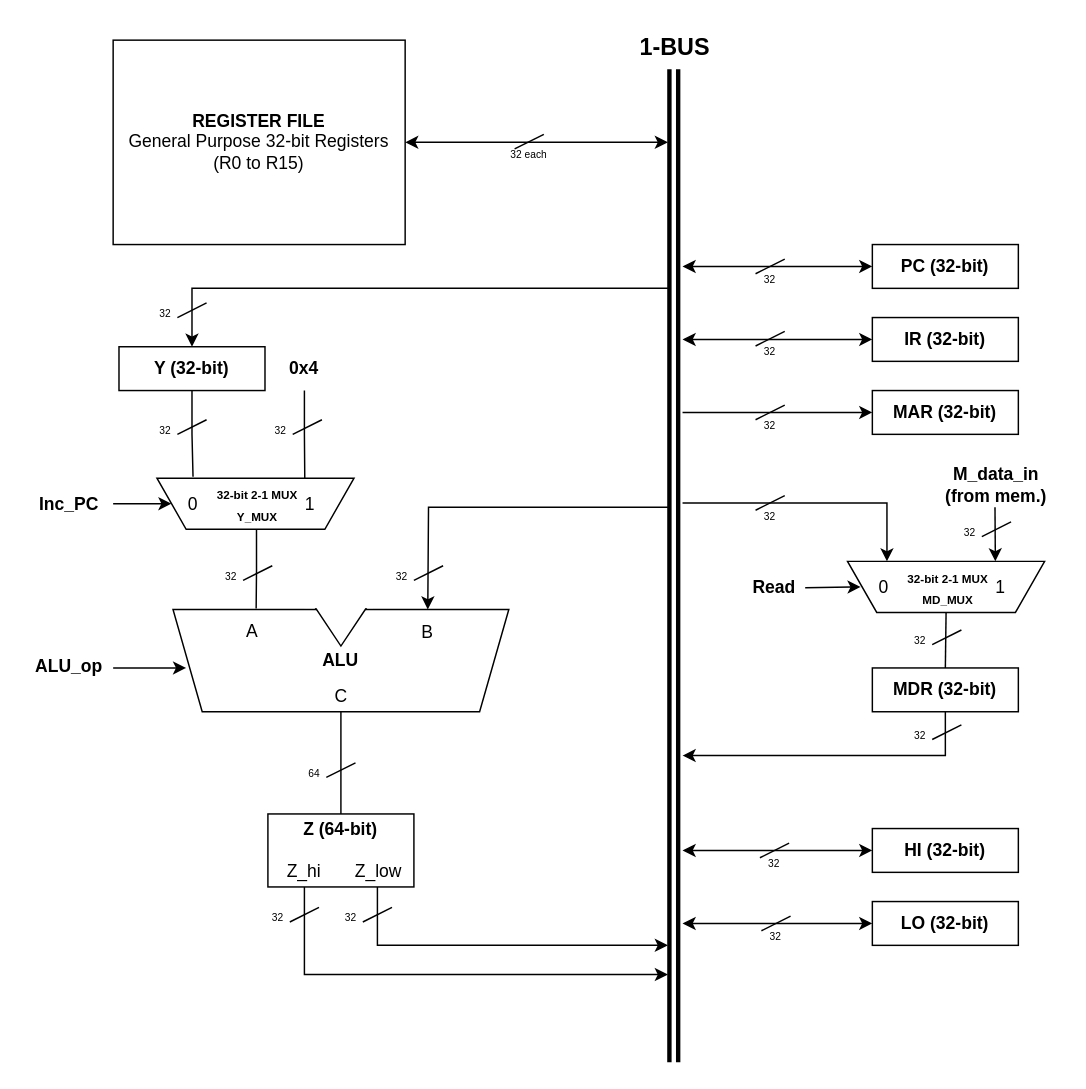
The draw.io diagram documentation/datapath.drawio in geotrieu/ezRISC, before the edit. Source tidied: cells renumbered, new cells numbered last; positions are measured from the earlier drawing's top-left corner, leaving out a move shared by most shapes. Both pictures are drawn from the tidied source at 146%, with x=0, y=0 at pixel (25, 25).
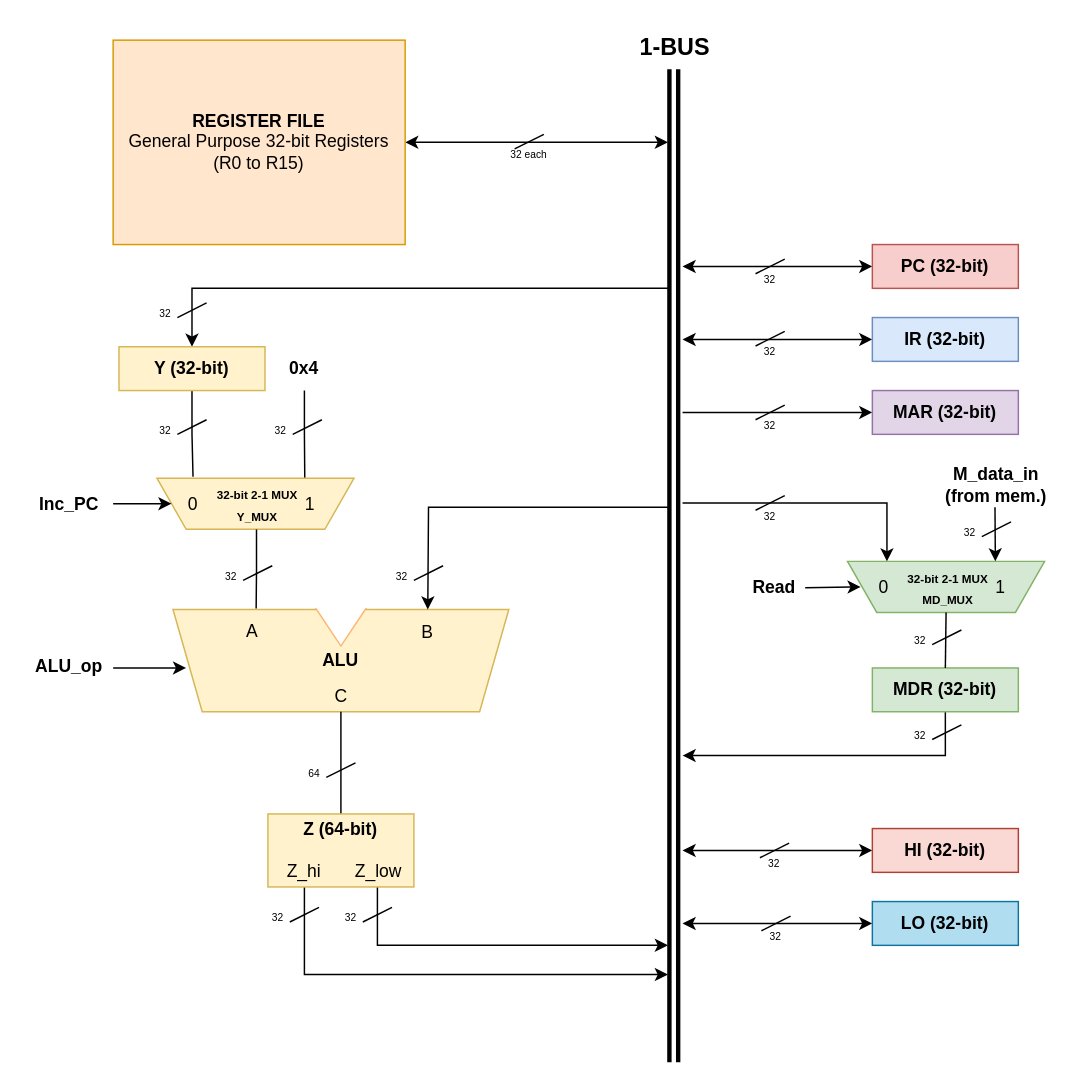
The same page after the edit.

Commit message (it also covers changes not shown here):
updated diagram and added datapath definitions

The change refers to these unchanged cells:
```xml
<mxCell id="2" style="group;" parent="1" vertex="1">
  <mxGeometry x="101" y="390" width="230" height="80" as="geometry" />
</mxCell>
<mxCell id="18" style="group;" parent="1" vertex="1">
  <mxGeometry x="85" y="310" width="140" height="35" as="geometry" />
</mxCell>
<mxCell id="51" style="group;" parent="1" vertex="1">
  <mxGeometry x="558" y="367" width="140" height="35" as="geometry" />
</mxCell>
<mxCell id="105" style="group;" parent="1" vertex="1">
  <mxGeometry x="161" y="540" width="111" height="53" as="geometry" />
</mxCell>
```

What changed in the source:
```diff
@@
-    <mxCell id="3" style="shape=trapezoid;perimeter=trapezoidPerimeter;whiteSpace=wrap;html=1;fixedSize=1;rotation=-180;sketch=0;rounded=0;" parent="2" vertex="1">
+    <mxCell id="3" style="shape=trapezoid;perimeter=trapezoidPerimeter;whiteSpace=wrap;html=1;fixedSize=1;rotation=-180;sketch=0;rounded=0;fillColor=#fff2cc;strokeColor=#d6b656;" parent="2" vertex="1">
       <mxGeometry y="10" width="230" height="70" as="geometry" />
     </mxCell>
-    <mxCell id="4" style="triangle;whiteSpace=wrap;html=1;rounded=0;sketch=0;rotation=90;" parent="2" vertex="1">
+    <mxCell id="4" style="triangle;whiteSpace=wrap;html=1;rounded=0;sketch=0;rotation=90;strokeColor=#FFB570;" parent="2" vertex="1">
       <mxGeometry x="100" width="30" height="40" as="geometry" />
     </mxCell>
@@
-    <mxCell id="12" value="&lt;b&gt;REGISTER FILE&lt;/b&gt;&lt;br&gt;General Purpose 32-bit Registers&lt;br&gt;(R0 to R15)" style="rounded=0;whiteSpace=wrap;html=1;sketch=0;" parent="1" vertex="1">
+    <mxCell id="12" value="&lt;b&gt;REGISTER FILE&lt;/b&gt;&lt;br&gt;General Purpose 32-bit Registers&lt;br&gt;(R0 to R15)" style="rounded=0;whiteSpace=wrap;html=1;sketch=0;fillColor=#ffe6cc;strokeColor=#d79b00;" parent="1" vertex="1">
       <mxGeometry x="60" y="10" width="200" height="140" as="geometry" />
     </mxCell>
@@
-    <mxCell id="15" value="&lt;b&gt;Y (32-bit)&lt;/b&gt;" style="rounded=0;whiteSpace=wrap;html=1;sketch=0;" parent="1" vertex="1">
+    <mxCell id="15" value="&lt;b&gt;Y (32-bit)&lt;/b&gt;" style="rounded=0;whiteSpace=wrap;html=1;sketch=0;fillColor=#fff2cc;strokeColor=#d6b656;" parent="1" vertex="1">
       <mxGeometry x="64" y="220" width="100" height="30" as="geometry" />
     </mxCell>
@@
-    <mxCell id="19" style="shape=trapezoid;perimeter=trapezoidPerimeter;whiteSpace=wrap;html=1;fixedSize=1;rounded=0;sketch=0;rotation=-180;" parent="18" vertex="1">
+    <mxCell id="19" style="shape=trapezoid;perimeter=trapezoidPerimeter;whiteSpace=wrap;html=1;fixedSize=1;rounded=0;sketch=0;rotation=-180;fillColor=#fff2cc;strokeColor=#d6b656;" parent="18" vertex="1">
       <mxGeometry x="5" width="135" height="35" as="geometry" />
     </mxCell>
@@
-    <mxCell id="44" value="&lt;b&gt;PC (32-bit)&lt;/b&gt;" style="rounded=0;whiteSpace=wrap;html=1;sketch=0;" parent="1" vertex="1">
+    <mxCell id="44" value="&lt;b&gt;PC (32-bit)&lt;/b&gt;" style="rounded=0;whiteSpace=wrap;html=1;sketch=0;fillColor=#f8cecc;strokeColor=#b85450;" parent="1" vertex="1">
       <mxGeometry x="580" y="150" width="100" height="30" as="geometry" />
     </mxCell>
@@
-    <mxCell id="46" value="&lt;b&gt;IR (32-bit)&lt;/b&gt;" style="rounded=0;whiteSpace=wrap;html=1;sketch=0;" parent="1" vertex="1">
+    <mxCell id="46" value="&lt;b&gt;IR (32-bit)&lt;/b&gt;" style="rounded=0;whiteSpace=wrap;html=1;sketch=0;fillColor=#dae8fc;strokeColor=#6c8ebf;" parent="1" vertex="1">
       <mxGeometry x="580" y="200" width="100" height="30" as="geometry" />
     </mxCell>
@@
-    <mxCell id="48" value="&lt;b&gt;MAR (32-bit)&lt;/b&gt;" style="rounded=0;whiteSpace=wrap;html=1;sketch=0;" parent="1" vertex="1">
+    <mxCell id="48" value="&lt;b&gt;MAR (32-bit)&lt;/b&gt;" style="rounded=0;whiteSpace=wrap;html=1;sketch=0;fillColor=#e1d5e7;strokeColor=#9673a6;" parent="1" vertex="1">
       <mxGeometry x="580" y="250" width="100" height="30" as="geometry" />
     </mxCell>
@@
-    <mxCell id="50" value="&lt;b&gt;MDR (32-bit)&lt;/b&gt;" style="rounded=0;whiteSpace=wrap;html=1;sketch=0;" parent="1" vertex="1">
+    <mxCell id="50" value="&lt;b&gt;MDR (32-bit)&lt;/b&gt;" style="rounded=0;whiteSpace=wrap;html=1;sketch=0;fillColor=#d5e8d4;strokeColor=#82b366;" parent="1" vertex="1">
       <mxGeometry x="580" y="440" width="100" height="30" as="geometry" />
     </mxCell>
@@
-    <mxCell id="52" style="shape=trapezoid;perimeter=trapezoidPerimeter;whiteSpace=wrap;html=1;fixedSize=1;rounded=0;sketch=0;rotation=-180;" parent="51" vertex="1">
+    <mxCell id="52" style="shape=trapezoid;perimeter=trapezoidPerimeter;whiteSpace=wrap;html=1;fixedSize=1;rounded=0;sketch=0;rotation=-180;fillColor=#d5e8d4;strokeColor=#82b366;" parent="51" vertex="1">
       <mxGeometry x="5" width="135" height="35" as="geometry" />
     </mxCell>
@@
-    <mxCell id="65" value="&lt;b&gt;HI (32-bit)&lt;/b&gt;" style="rounded=0;whiteSpace=wrap;html=1;sketch=0;" parent="1" vertex="1">
+    <mxCell id="65" value="&lt;b&gt;HI (32-bit)&lt;/b&gt;" style="rounded=0;whiteSpace=wrap;html=1;sketch=0;fillColor=#fad9d5;strokeColor=#ae4132;" parent="1" vertex="1">
       <mxGeometry x="580" y="550" width="100" height="30" as="geometry" />
     </mxCell>
@@
-    <mxCell id="67" value="&lt;b&gt;LO (32-bit)&lt;/b&gt;" style="rounded=0;whiteSpace=wrap;html=1;sketch=0;" parent="1" vertex="1">
+    <mxCell id="67" value="&lt;b&gt;LO (32-bit)&lt;/b&gt;" style="rounded=0;whiteSpace=wrap;html=1;sketch=0;fillColor=#b1ddf0;strokeColor=#10739e;" parent="1" vertex="1">
       <mxGeometry x="580" y="600" width="100" height="30" as="geometry" />
     </mxCell>
@@
-    <mxCell id="106" value="&lt;b&gt;Z (64-bit)&lt;br&gt;&lt;br&gt;&lt;br&gt;&lt;/b&gt;" style="rounded=0;whiteSpace=wrap;html=1;sketch=0;" parent="105" vertex="1">
+    <mxCell id="106" value="&lt;b&gt;Z (64-bit)&lt;br&gt;&lt;br&gt;&lt;br&gt;&lt;/b&gt;" style="rounded=0;whiteSpace=wrap;html=1;sketch=0;fillColor=#fff2cc;strokeColor=#d6b656;" parent="105" vertex="1">
       <mxGeometry x="5" width="100" height="50" as="geometry" />
     </mxCell>
```
